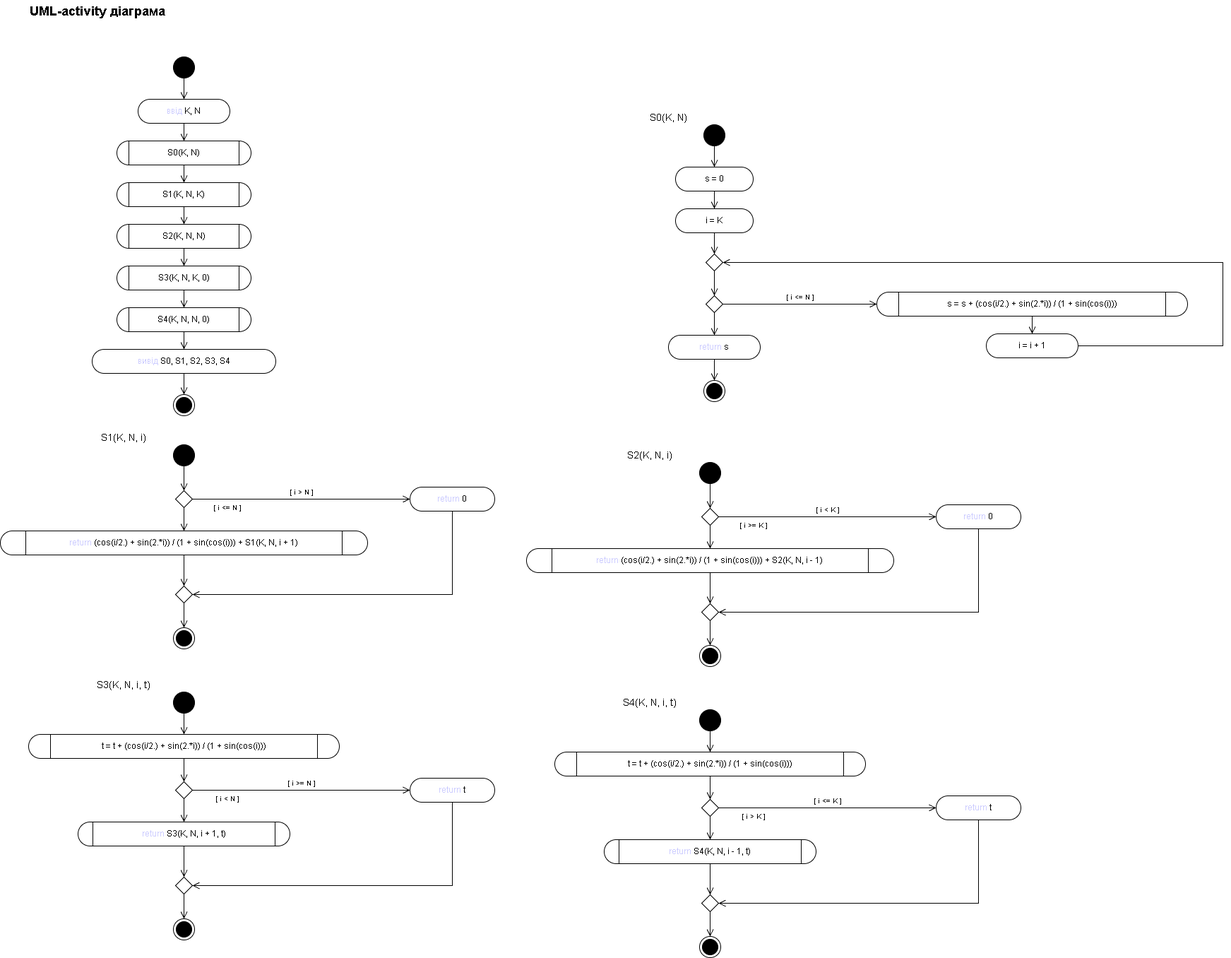
The draw.io diagram laba_05_4_uml.drawio.png in 2016Oscar2016/AP_2026, before a commit. Source tidied: cells renumbered, new cells last; positions are measured from the earlier drawing's top-left corner, leaving out a move shared by most shapes.
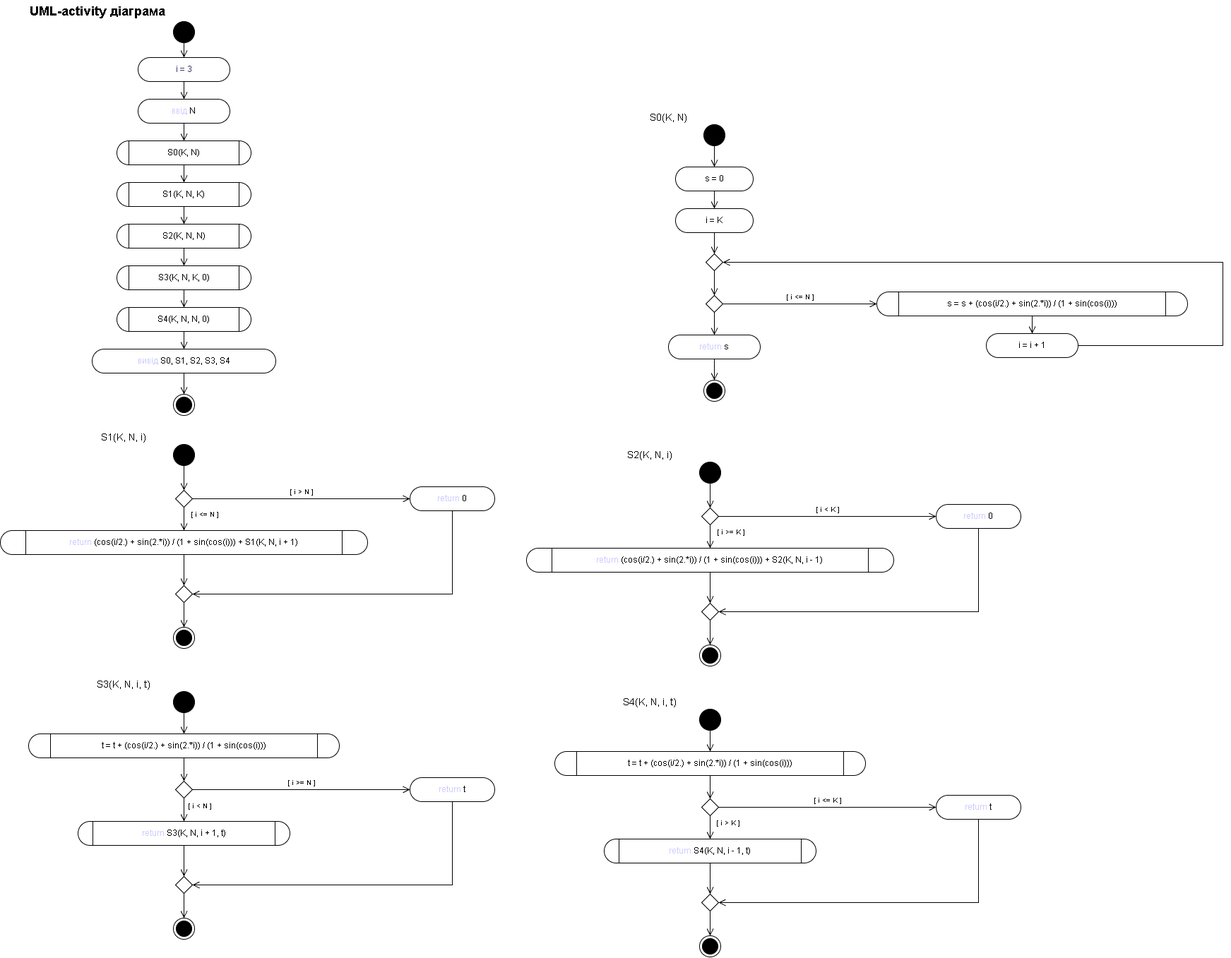
Later version of the same file.

The edit, as a diff of the source:
```diff
@@ -6,9 +6,9 @@
       <mxGeometry x="40" width="320" height="30" as="geometry" />
     </mxCell>
     <mxCell id="3" style="ellipse;html=1;strokeColor=light-dark(#000000,#000000);fillColor=light-dark(#000000,#000000);" parent="1" vertex="1">
-      <mxGeometry x="245" y="80" width="30" height="30" as="geometry" />
+      <mxGeometry x="245" y="30" width="30" height="30" as="geometry" />
     </mxCell>
-    <mxCell id="4" value="&lt;font color=&quot;#0000FF&quot;&gt;ввід&lt;/font&gt; K, N" style="rounded=1;whiteSpace=wrap;html=1;arcSize=50;fontSize=12;strokeColor=light-dark(#000000,#000000);fillColor=light-dark(#FFFFFF,#FFFFFF);fontColor=light-dark(#000000,#000000);" parent="1" vertex="1">
+    <mxCell id="4" value="&lt;font color=&quot;#0000FF&quot;&gt;ввід&lt;/font&gt;&amp;nbsp;N" style="rounded=1;whiteSpace=wrap;html=1;arcSize=50;fontSize=12;strokeColor=light-dark(#000000,#000000);fillColor=light-dark(#FFFFFF,#FFFFFF);fontColor=light-dark(#000000,#000000);" parent="1" vertex="1">
       <mxGeometry x="195" y="140" width="130" height="34" as="geometry" />
     </mxCell>
     <mxCell id="5" value="S0(K, N)" style="rounded=1;whiteSpace=wrap;html=1;arcSize=50;fontSize=12;strokeColor=light-dark(#000000,#000000);fillColor=light-dark(#FFFFFF,#FFFFFF);fontColor=light-dark(#000000,#000000);shape=process;rounded=1;size=0.07;" parent="1" vertex="1">
@@ -144,27 +144,27 @@
       <mxGeometry x="120" y="609" width="110" height="20" as="geometry" />
     </mxCell>
     <mxCell id="49" value="[ i &amp;lt;= N ]" style="text;html=1;whiteSpace=wrap;strokeColor=none;fillColor=none;align=center;verticalAlign=middle;rounded=0;fontSize=10;fontColor=light-dark(#000000,#000000);" parent="1" vertex="1">
-      <mxGeometry x="277" y="708" width="90" height="20" as="geometry" />
+      <mxGeometry x="245" y="718" width="90" height="20" as="geometry" />
     </mxCell>
     <mxCell id="50" value="S2(K, N, i)" style="text;html=1;whiteSpace=wrap;strokeColor=none;fillColor=none;align=center;verticalAlign=middle;rounded=0;fontSize=14;fontColor=light-dark(#000000,#000000);" parent="1" vertex="1">
       <mxGeometry x="865" y="634" width="110" height="20" as="geometry" />
     </mxCell>
     <mxCell id="51" value="[ i &amp;gt;= K ]" style="text;html=1;whiteSpace=wrap;strokeColor=none;fillColor=none;align=center;verticalAlign=middle;rounded=0;fontSize=10;fontColor=light-dark(#000000,#000000);" parent="1" vertex="1">
-      <mxGeometry x="1022" y="733" width="90" height="20" as="geometry" />
+      <mxGeometry x="990" y="743" width="90" height="20" as="geometry" />
     </mxCell>
     <mxCell id="52" value="S3(K, N, i, t)" style="text;html=1;whiteSpace=wrap;strokeColor=none;fillColor=none;align=center;verticalAlign=middle;rounded=0;fontSize=14;fontColor=light-dark(#000000,#000000);" parent="1" vertex="1">
       <mxGeometry x="120" y="959" width="110" height="20" as="geometry" />
     </mxCell>
     <mxCell id="53" value="[ i &amp;lt; N ]" style="text;html=1;whiteSpace=wrap;strokeColor=none;fillColor=none;align=center;verticalAlign=middle;rounded=0;fontSize=10;fontColor=light-dark(#000000,#000000);" parent="1" vertex="1">
-      <mxGeometry x="277" y="1120" width="90" height="20" as="geometry" />
+      <mxGeometry x="238" y="1131" width="90" height="20" as="geometry" />
     </mxCell>
     <mxCell id="54" value="S4(K, N, i, t)" style="text;html=1;whiteSpace=wrap;strokeColor=none;fillColor=none;align=center;verticalAlign=middle;rounded=0;fontSize=14;fontColor=light-dark(#000000,#000000);" parent="1" vertex="1">
       <mxGeometry x="865" y="984" width="110" height="20" as="geometry" />
     </mxCell>
     <mxCell id="55" value="[ i &amp;gt; K ]" style="text;html=1;whiteSpace=wrap;strokeColor=none;fillColor=none;align=center;verticalAlign=middle;rounded=0;fontSize=10;fontColor=light-dark(#000000,#000000);" parent="1" vertex="1">
-      <mxGeometry x="1022" y="1145" width="90" height="20" as="geometry" />
+      <mxGeometry x="986" y="1155" width="90" height="20" as="geometry" />
     </mxCell>
-    <mxCell id="56" style="edgeStyle=orthogonalEdgeStyle;rounded=0;html=1;endArrow=open;endFill=0;endSize=8;strokeColor=light-dark(#000000,#000000);fontSize=10;fontColor=light-dark(#000000,#000000);labelBackgroundColor=none;exitX=0.5;exitY=1;exitDx=0;exitDy=0;entryX=0.5;entryY=0;entryDx=0;entryDy=0;" parent="1" edge="1" source="3" target="4">
+    <mxCell id="56" style="edgeStyle=orthogonalEdgeStyle;rounded=0;html=1;endArrow=open;endFill=0;endSize=8;strokeColor=light-dark(#000000,#000000);fontSize=10;fontColor=light-dark(#000000,#000000);labelBackgroundColor=none;exitX=0.5;exitY=1;exitDx=0;exitDy=0;entryX=0.5;entryY=0;entryDx=0;entryDy=0;" parent="1" edge="1" source="3" target="99">
       <mxGeometry relative="1" as="geometry" />
     </mxCell>
     <mxCell id="57" style="edgeStyle=orthogonalEdgeStyle;rounded=0;html=1;endArrow=open;endFill=0;endSize=8;strokeColor=light-dark(#000000,#000000);fontSize=10;fontColor=light-dark(#000000,#000000);labelBackgroundColor=none;exitX=0.5;exitY=1;exitDx=0;exitDy=0;entryX=0.5;entryY=0;entryDx=0;entryDy=0;" parent="1" edge="1" source="4" target="5">
@@ -324,5 +324,11 @@
     <mxCell id="98" style="edgeStyle=orthogonalEdgeStyle;rounded=0;html=1;endArrow=open;endFill=0;endSize=8;strokeColor=light-dark(#000000,#000000);fontSize=10;fontColor=light-dark(#000000,#000000);labelBackgroundColor=none;exitX=0.5;exitY=1;exitDx=0;exitDy=0;entryX=0.5;entryY=0;entryDx=0;entryDy=0;" parent="1" edge="1" source="45" target="46">
       <mxGeometry relative="1" as="geometry" />
     </mxCell>
+    <mxCell id="99" value="&lt;font color=&quot;#cdcdff&quot;&gt;i = 3&lt;/font&gt;" style="rounded=1;whiteSpace=wrap;html=1;arcSize=50;fontSize=12;strokeColor=light-dark(#000000,#000000);fillColor=light-dark(#FFFFFF,#FFFFFF);fontColor=light-dark(#000000,#000000);" parent="1" vertex="1">
+      <mxGeometry x="195" y="81" width="130" height="34" as="geometry" />
+    </mxCell>
+    <mxCell id="100" style="edgeStyle=orthogonalEdgeStyle;rounded=0;html=1;endArrow=open;endFill=0;endSize=8;strokeColor=light-dark(#000000,#000000);fontSize=10;fontColor=light-dark(#000000,#000000);labelBackgroundColor=none;exitX=0.5;exitY=1;exitDx=0;exitDy=0;entryX=0.5;entryY=0;entryDx=0;entryDy=0;" parent="1" edge="1" source="99" target="4">
+      <mxGeometry x="0.8" relative="1" as="geometry" />
+    </mxCell>
   </root>
 </mxGraphModel>
```
